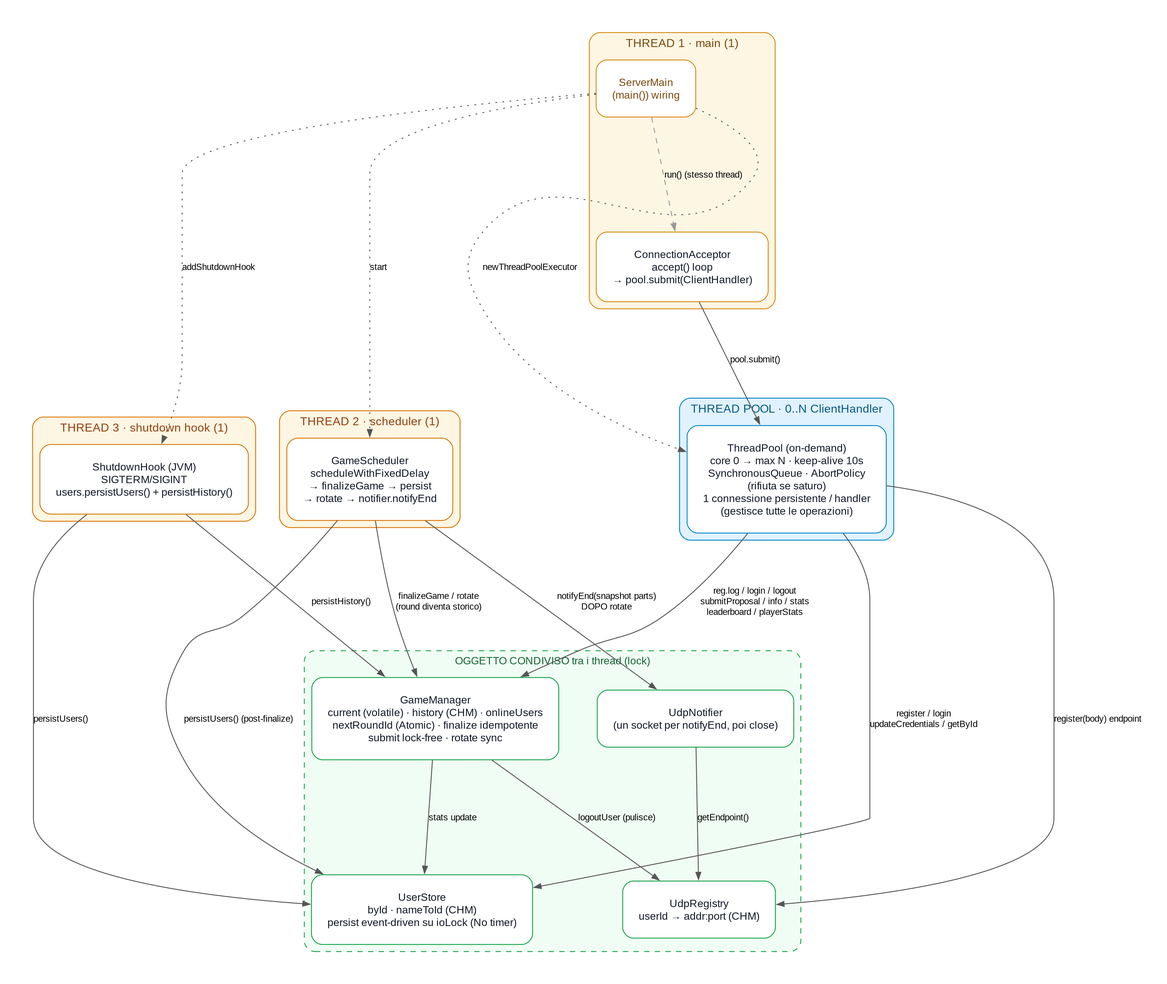
Earlier version of the Graphviz export docs/relazione/server_system_model.png (a2essiol3nzi/Connections_Game). Its source is kept beside it as docs/explain/server/server_system_model.dot.
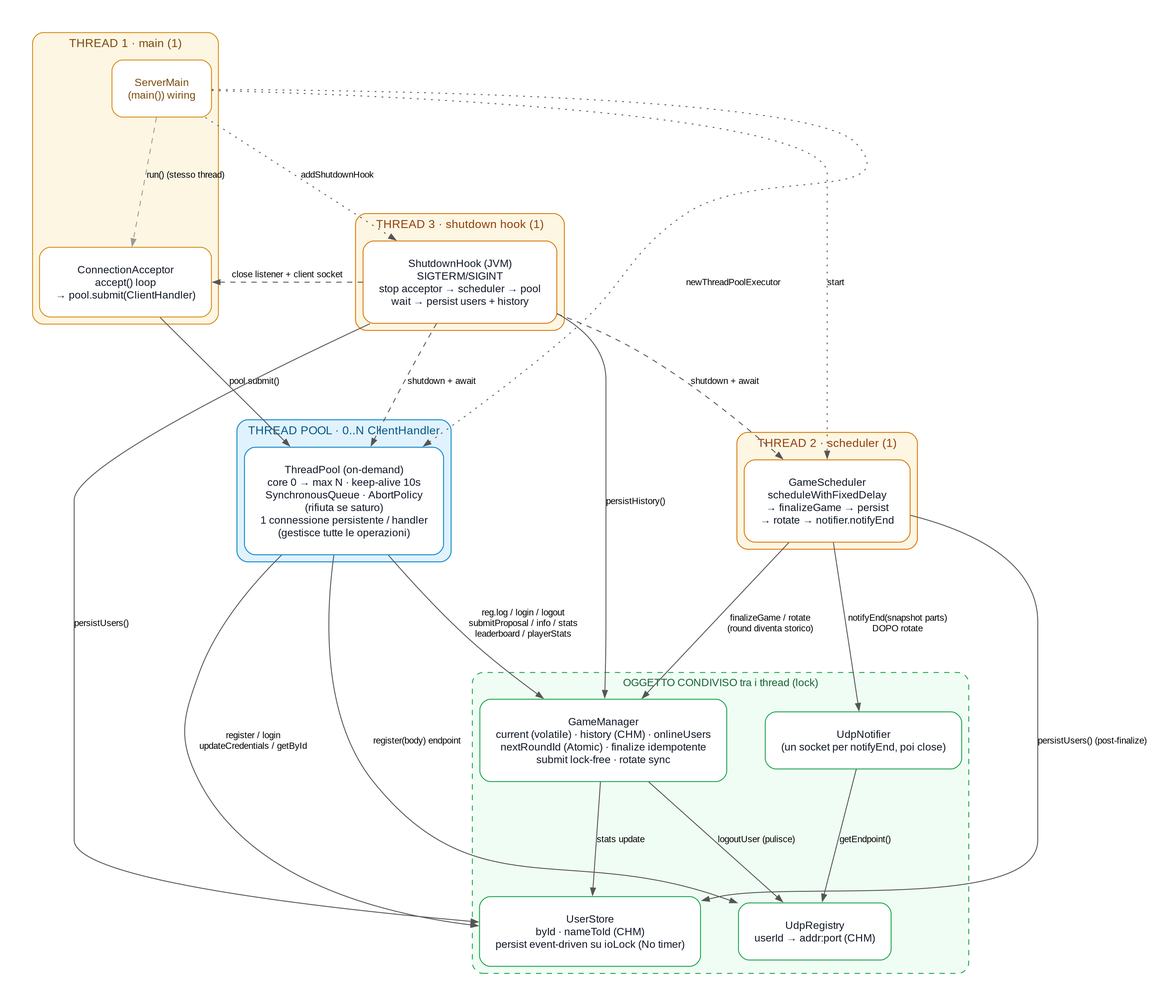
After the change.

Commit message:
aggiunta shutdown executorS

The edit, as a diff of the source:
```diff
@@ -24,7 +24,7 @@
   subgraph cluster_hook {
     label="THREAD 3 · shutdown hook (1)"; fontsize=13; fontcolor="#92400e"; style="rounded,filled";
     fillcolor="#fdf6e3"; color="#d97706";
-    Hook [label="ShutdownHook (JVM)\nSIGTERM/SIGINT\nusers.persistUsers() + persistHistory()", fillcolor="#ffffff", color="#d97706", fontcolor="#111827"];
+    Hook [label="ShutdownHook (JVM)\nSIGTERM/SIGINT\nstop acceptor → scheduler → pool\nwait → persist users + history", fillcolor="#ffffff", color="#d97706", fontcolor="#111827"];
   }
 
   subgraph cluster_pool {
@@ -54,6 +54,9 @@
   Sched  -> Notif [label="notifyEnd(snapshot parts)\nDOPO rotate"];
   Hook   -> Store [label="persistUsers()"];
   Hook   -> GM    [label="persistHistory()"];
+  Hook   -> Accept [label="close listener + client socket", style=dashed];
+  Hook   -> Sched  [label="shutdown + await", style=dashed];
+  Hook   -> Pool   [label="shutdown + await", style=dashed];
 
   Notif -> Reg [label="getEndpoint()"];
 
```
